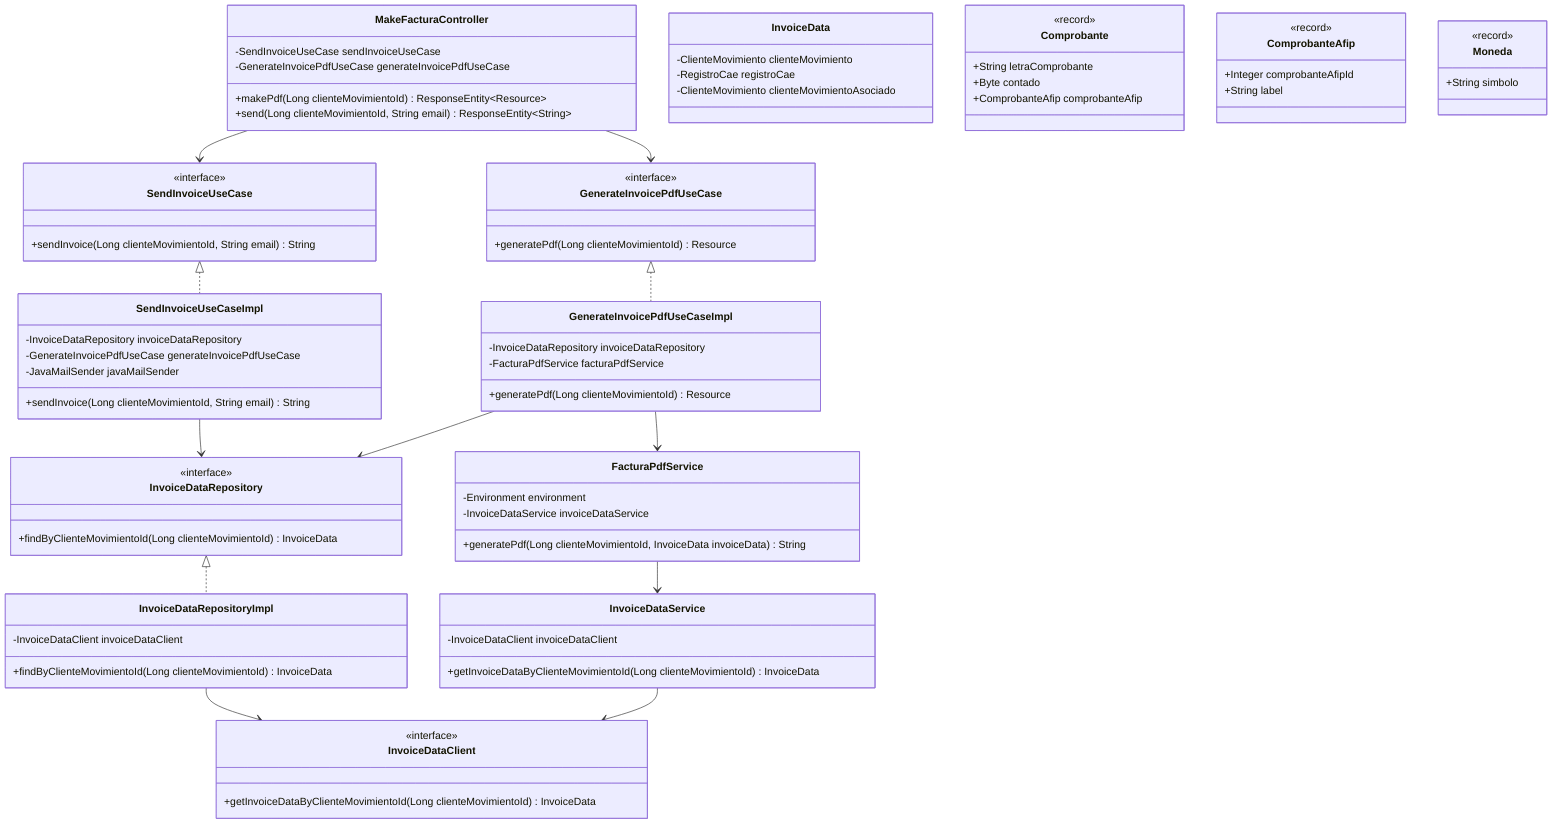
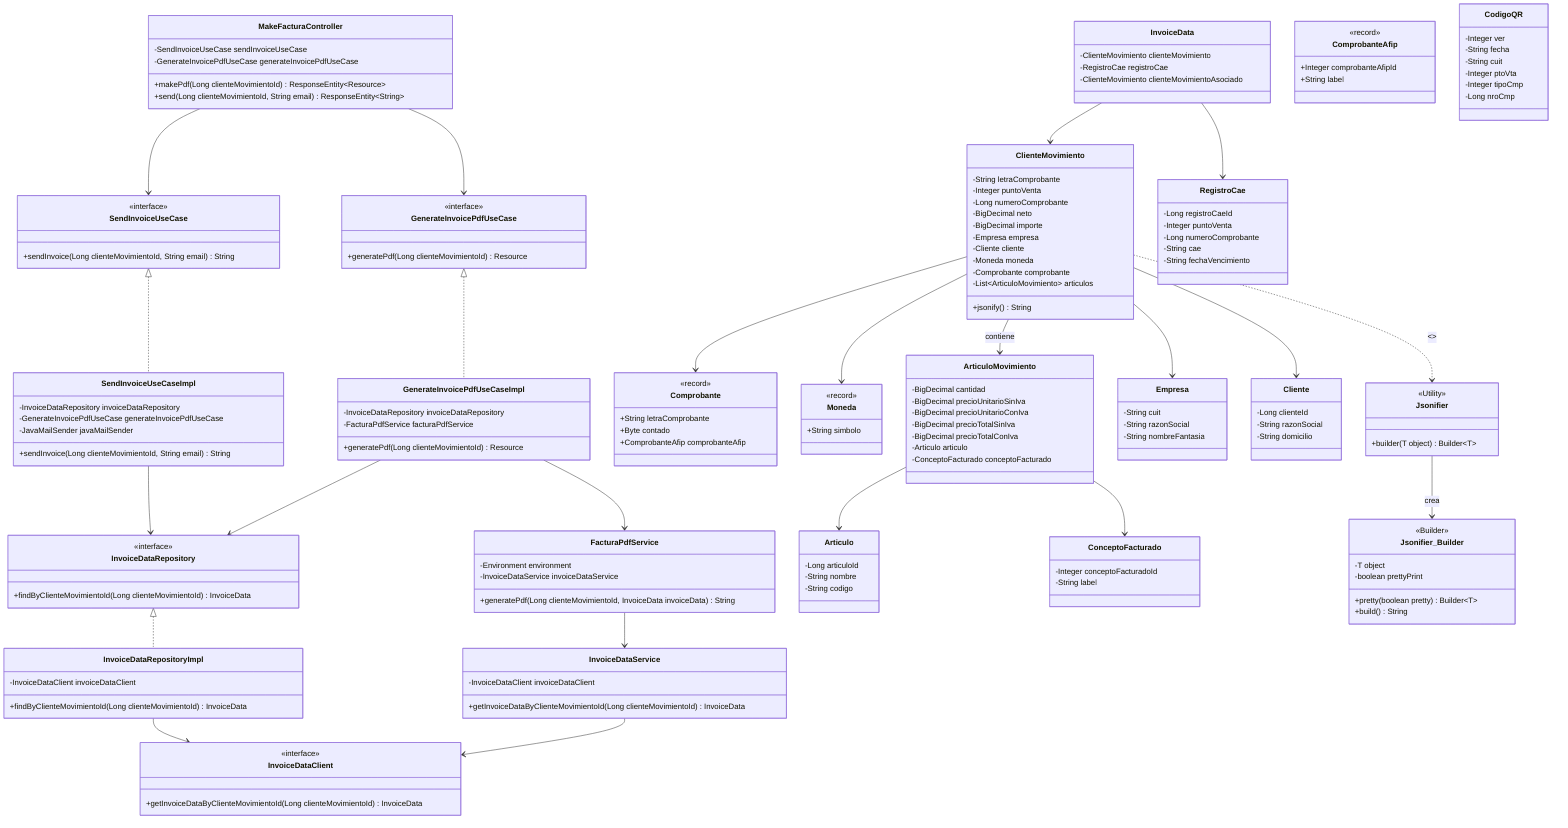
classDiagram
    class MakeFacturaController {
        -SendInvoiceUseCase sendInvoiceUseCase
        -GenerateInvoicePdfUseCase generateInvoicePdfUseCase
        +makePdf(Long clienteMovimientoId) ResponseEntity~Resource~
        +send(Long clienteMovimientoId, String email) ResponseEntity~String~
    }

    class SendInvoiceUseCase {
        <<interface>>
        +sendInvoice(Long clienteMovimientoId, String email) String
    }

    class GenerateInvoicePdfUseCase {
        <<interface>>
        +generatePdf(Long clienteMovimientoId) Resource
    }

    class SendInvoiceUseCaseImpl {
        -InvoiceDataRepository invoiceDataRepository
        -GenerateInvoicePdfUseCase generateInvoicePdfUseCase
        -JavaMailSender javaMailSender
        +sendInvoice(Long clienteMovimientoId, String email) String
    }

    class GenerateInvoicePdfUseCaseImpl {
        -InvoiceDataRepository invoiceDataRepository
        -FacturaPdfService facturaPdfService
        +generatePdf(Long clienteMovimientoId) Resource
    }

    class InvoiceDataRepository {
        <<interface>>
        +findByClienteMovimientoId(Long clienteMovimientoId) InvoiceData
    }

    class InvoiceDataRepositoryImpl {
        -InvoiceDataClient invoiceDataClient
        +findByClienteMovimientoId(Long clienteMovimientoId) InvoiceData
    }

    class FacturaPdfService {
        -Environment environment
        -InvoiceDataService invoiceDataService
        +generatePdf(Long clienteMovimientoId, InvoiceData invoiceData) String
    }

    class InvoiceDataService {
        -InvoiceDataClient invoiceDataClient
        +getInvoiceDataByClienteMovimientoId(Long clienteMovimientoId) InvoiceData
    }

    class InvoiceDataClient {
        <<interface>>
        +getInvoiceDataByClienteMovimientoId(Long clienteMovimientoId) InvoiceData
    }

    class InvoiceData {
        -ClienteMovimiento clienteMovimiento
        -RegistroCae registroCae
        -ClienteMovimiento clienteMovimientoAsociado
    }

    class Comprobante {
        <<record>>
        +String letraComprobante
        +Byte contado
        +ComprobanteAfip comprobanteAfip
    }

    class ComprobanteAfip {
        <<record>>
        +Integer comprobanteAfipId
        +String label
    }

    class Moneda {
        <<record>>
        +String simbolo
    }

+     class ClienteMovimiento {
+         -String letraComprobante
+         -Integer puntoVenta
+         -Long numeroComprobante
+         -BigDecimal neto
+         -BigDecimal importe
+         -Empresa empresa
+         -Cliente cliente
+         -Moneda moneda
+         -Comprobante comprobante
+         -List~ArticuloMovimiento~ articulos
+         +jsonify() String
+     }
+ 
+     class ArticuloMovimiento {
+         -BigDecimal cantidad
+         -BigDecimal precioUnitarioSinIva
+         -BigDecimal precioUnitarioConIva
+         -BigDecimal precioTotalSinIva
+         -BigDecimal precioTotalConIva
+         -Articulo articulo
+         -ConceptoFacturado conceptoFacturado
+     }
+ 
+     class Empresa {
+         -String cuit
+         -String razonSocial
+         -String nombreFantasia
+     }
+ 
+     class Cliente {
+         -Long clienteId
+         -String razonSocial
+         -String domicilio
+     }
+ 
+     class Articulo {
+         -Long articuloId
+         -String nombre
+         -String codigo
+     }
+ 
+     class ConceptoFacturado {
+         -Integer conceptoFacturadoId
+         -String label
+     }
+ 
+     class RegistroCae {
+         -Long registroCaeId
+         -Integer puntoVenta
+         -Long numeroComprobante
+         -String cae
+         -String fechaVencimiento
+     }
+ 
+     class CodigoQR {
+         -Integer ver
+         -String fecha
+         -String cuit
+         -Integer ptoVta
+         -Integer tipoCmp
+         -Long nroCmp
+     }
+ 
+     class Jsonifier {
+         <<Utility>>
+         +builder(T object) Builder~T~
+     }
+ 
+     class Jsonifier_Builder {
+         <<Builder>>
+         -T object
+         -boolean prettyPrint
+         +pretty(boolean pretty) Builder~T~
+         +build() String
+     }
+ 
    MakeFacturaController --> SendInvoiceUseCase
    MakeFacturaController --> GenerateInvoicePdfUseCase
    SendInvoiceUseCase <|.. SendInvoiceUseCaseImpl
    GenerateInvoicePdfUseCase <|.. GenerateInvoicePdfUseCaseImpl
    SendInvoiceUseCaseImpl --> InvoiceDataRepository
    GenerateInvoicePdfUseCaseImpl --> InvoiceDataRepository
    GenerateInvoicePdfUseCaseImpl --> FacturaPdfService
    InvoiceDataRepository <|.. InvoiceDataRepositoryImpl
    InvoiceDataRepositoryImpl --> InvoiceDataClient
    FacturaPdfService --> InvoiceDataService
    InvoiceDataService --> InvoiceDataClient
+     InvoiceData --> ClienteMovimiento
+     InvoiceData --> RegistroCae
+     ClienteMovimiento --> ArticuloMovimiento : contiene
+     ClienteMovimiento --> Empresa
+     ClienteMovimiento --> Cliente
+     ClienteMovimiento --> Moneda
+     ClienteMovimiento --> Comprobante
+     ClienteMovimiento ..> Jsonifier : <<use>>
+     ArticuloMovimiento --> Articulo
+     ArticuloMovimiento --> ConceptoFacturado
+     Jsonifier --> Jsonifier_Builder : crea
